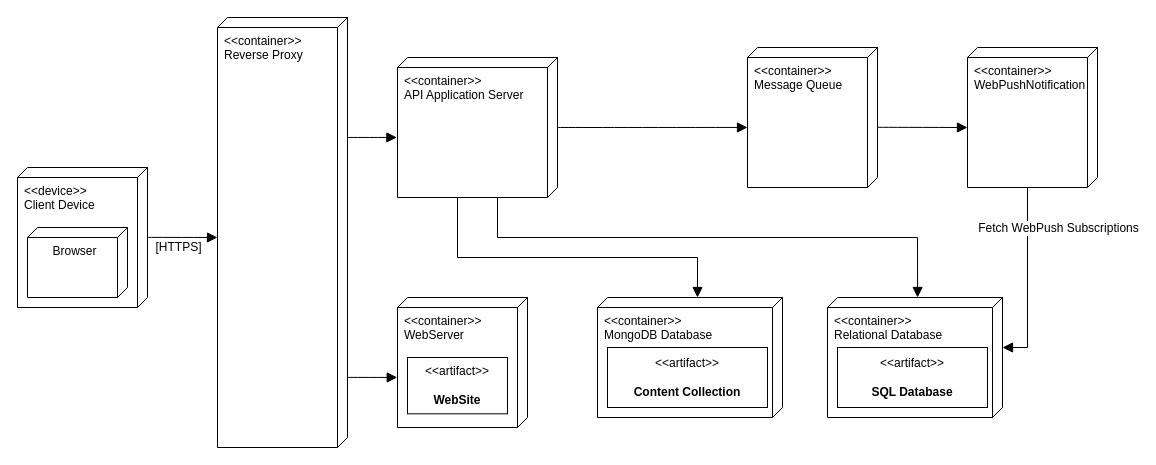
This is page "HDeploymentDiagramUML" (3 of 10) of coffeeBreak.drawio from PI-coffeeBreak/diagrams, a draw.io file, before an edit. Source tidied: cells renumbered, new cells numbered last; positions are measured from the earlier drawing's top-left corner, leaving out a move shared by most shapes. Both pictures are drawn from the tidied source at 100%, with x=0, y=0 at pixel (17, 17).
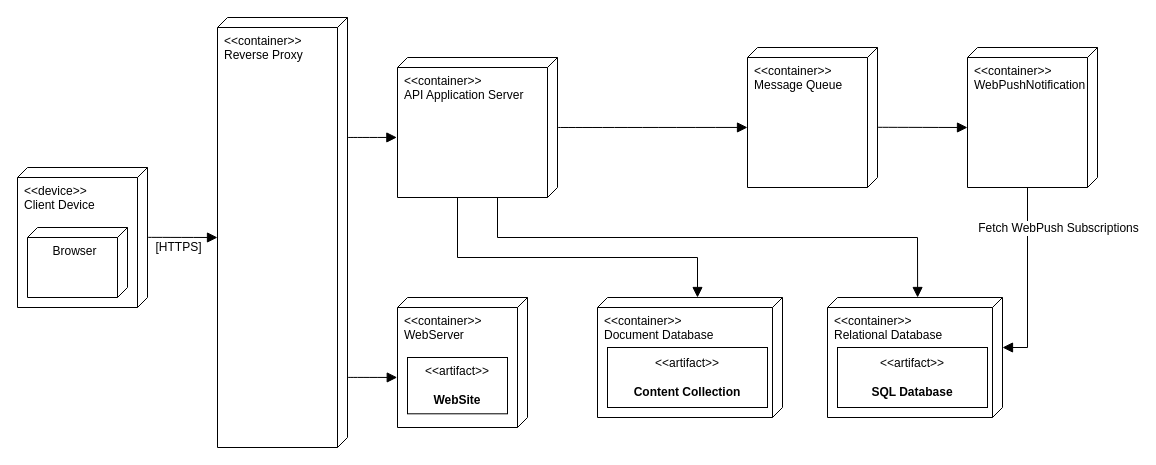
The same diagram, later.

Change to the diagram source:
```diff
@@
-    <mxCell id="9" value="&lt;div&gt;&amp;lt;&amp;lt;container&amp;gt;&amp;gt;&lt;/div&gt;&lt;div&gt;MongoDB Database&lt;/div&gt;" style="verticalAlign=top;align=left;shape=cube;size=10;direction=south;fontStyle=0;html=1;boundedLbl=1;spacingLeft=5;whiteSpace=wrap;" parent="1" vertex="1">
+    <mxCell id="9" value="&lt;div&gt;&amp;lt;&amp;lt;container&amp;gt;&amp;gt;&lt;/div&gt;&lt;div&gt;Document Database&lt;/div&gt;" style="verticalAlign=top;align=left;shape=cube;size=10;direction=south;fontStyle=0;html=1;boundedLbl=1;spacingLeft=5;whiteSpace=wrap;" parent="1" vertex="1">
       <mxGeometry x="580" y="280" width="185" height="120" as="geometry" />
     </mxCell>
```
